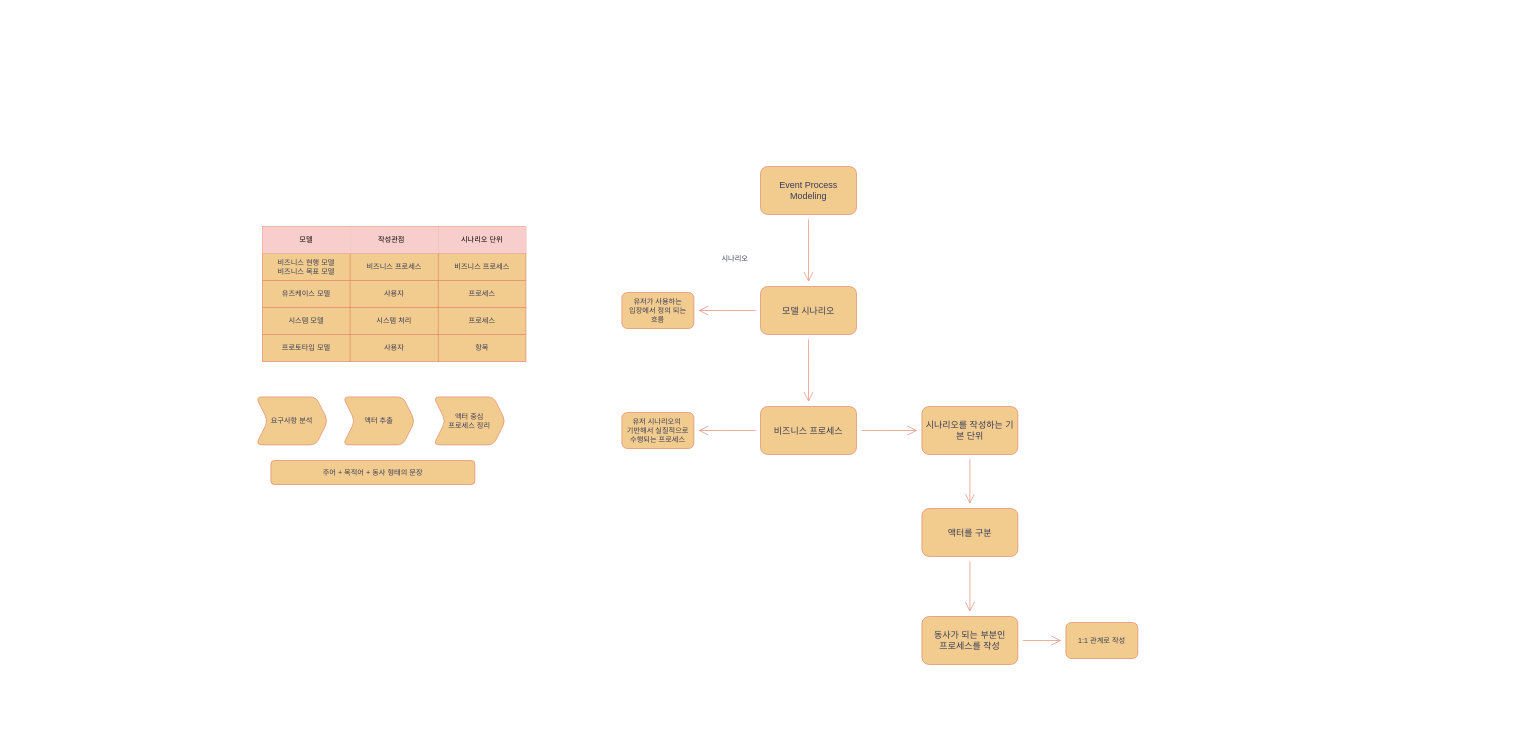
This is event process modeling.drawio from CodingGamePlayer/CodingGamePlayer, a draw.io file, before an edit. Source tidied: cells renumbered, new cells numbered last; positions are measured from the earlier drawing's top-left corner, leaving out a move shared by most shapes. Both pictures are drawn from the tidied source at 60%, with x=0, y=0 at pixel (256, 166).
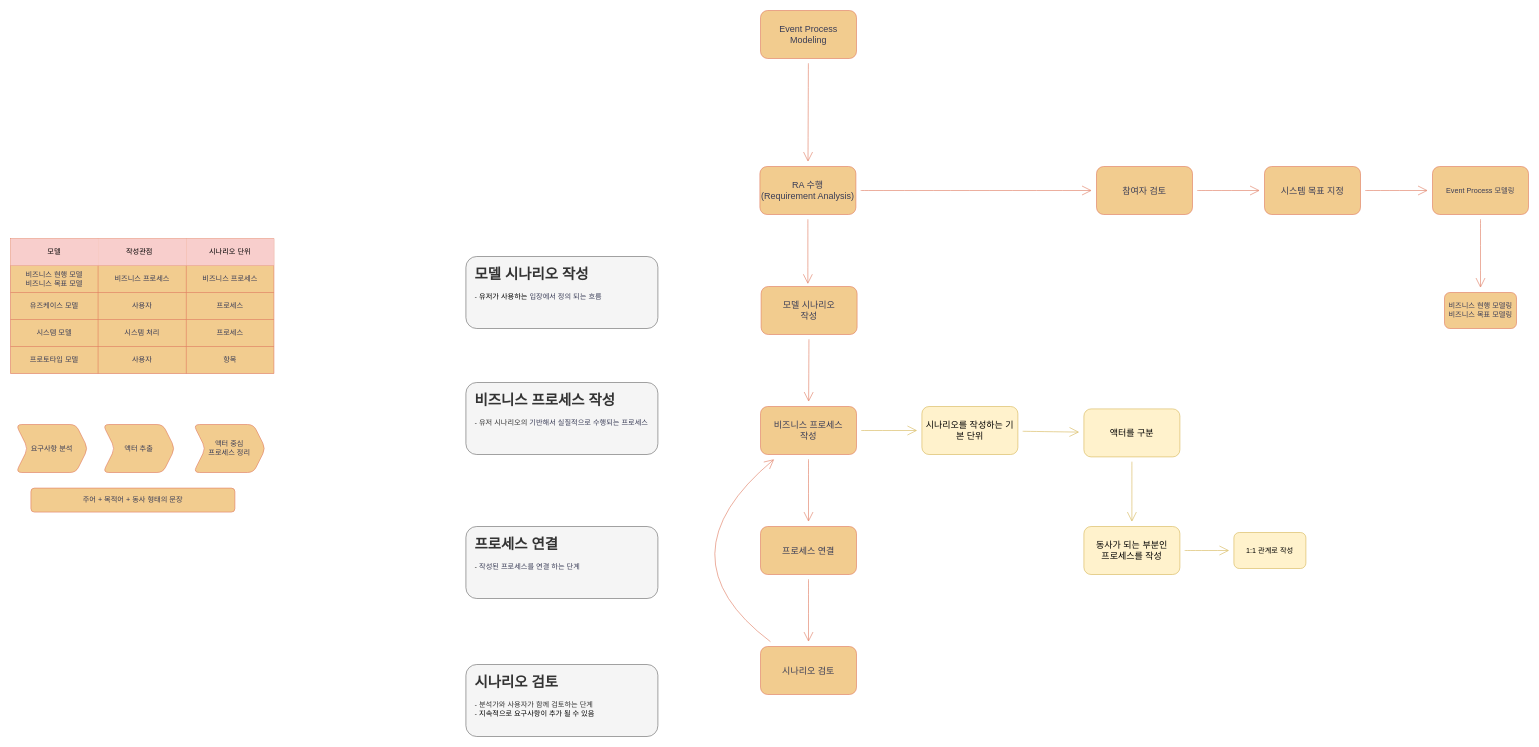
The same page after the edit.

What changed in the source:
```diff
@@
-    <mxCell id="2" style="edgeStyle=none;curved=1;rounded=0;jettySize=auto;html=1;strokeColor=#E07A5F;fontFamily=Helvetica;fontSize=12;fontColor=default;endArrow=open;startSize=14;endSize=14;sourcePerimeterSpacing=8;targetPerimeterSpacing=8;labelBackgroundColor=none;" parent="1" edge="1" source="3" target="6">
-      <mxGeometry relative="1" as="geometry" />
-    </mxCell>
+    <mxCell id="45" style="edgeStyle=none;curved=1;rounded=0;jettySize=auto;html=1;strokeColor=#E07A5F;fontFamily=Helvetica;fontSize=12;fontColor=#333333;endArrow=open;startSize=14;endSize=14;sourcePerimeterSpacing=8;targetPerimeterSpacing=8;fillColor=#F2CC8F;" parent="1" edge="1" source="3" target="56">
+      <mxGeometry relative="1" as="geometry" />
+    </mxCell>
     <mxCell id="3" value="&lt;span style=&quot;font-size: 15px;&quot;&gt;Event Process&lt;br&gt;Modeling&lt;br&gt;&lt;/span&gt;" style="rounded=1;whiteSpace=wrap;html=1;labelBackgroundColor=none;fillColor=#F2CC8F;strokeColor=#E07A5F;fontColor=#393C56;" parent="1" vertex="1">
-      <mxGeometry x="841" width="160" height="80" as="geometry" />
+      <mxGeometry x="841" y="-260" width="160" height="80" as="geometry" />
     </mxCell>
@@
-    <mxCell id="5" style="edgeStyle=none;curved=1;rounded=0;jettySize=auto;html=1;strokeColor=#E07A5F;fontFamily=Helvetica;fontSize=12;fontColor=#393C56;endArrow=open;startSize=14;endSize=14;sourcePerimeterSpacing=8;targetPerimeterSpacing=8;fillColor=#F2CC8F;" parent="1" edge="1" source="6" target="44">
-      <mxGeometry relative="1" as="geometry" />
-    </mxCell>
-    <mxCell id="6" value="&lt;span style=&quot;font-size: 15px;&quot;&gt;모델 시나리오&lt;br&gt;&lt;/span&gt;" style="rounded=1;whiteSpace=wrap;html=1;labelBackgroundColor=none;fillColor=#F2CC8F;strokeColor=#E07A5F;fontColor=#393C56;" parent="1" vertex="1">
-      <mxGeometry x="841" y="200" width="160" height="80" as="geometry" />
+    <mxCell id="6" value="&lt;span style=&quot;font-size: 15px;&quot;&gt;모델 시나리오&lt;br&gt;작성&lt;br&gt;&lt;/span&gt;" style="rounded=1;whiteSpace=wrap;html=1;labelBackgroundColor=none;fillColor=#F2CC8F;strokeColor=#E07A5F;fontColor=#393C56;" parent="1" vertex="1">
+      <mxGeometry x="842" y="200" width="160" height="80" as="geometry" />
     </mxCell>
-    <mxCell id="7" style="edgeStyle=none;curved=1;rounded=0;jettySize=auto;html=1;strokeColor=#E07A5F;fontFamily=Helvetica;fontSize=12;fontColor=#393C56;endArrow=open;startSize=14;endSize=14;sourcePerimeterSpacing=8;targetPerimeterSpacing=8;fillColor=#F2CC8F;" parent="1" edge="1" source="9" target="33">
+    <mxCell id="7" style="edgeStyle=none;curved=1;rounded=0;jettySize=auto;html=1;strokeColor=#d6b656;fontFamily=Helvetica;fontSize=12;fontColor=#393C56;endArrow=open;startSize=14;endSize=14;sourcePerimeterSpacing=8;targetPerimeterSpacing=8;fillColor=#fff2cc;" parent="1" edge="1" source="9" target="33">
       <mxGeometry relative="1" as="geometry" />
     </mxCell>
-    <mxCell id="8" style="edgeStyle=none;curved=1;rounded=0;jettySize=auto;html=1;strokeColor=#E07A5F;fontFamily=Helvetica;fontSize=12;fontColor=#393C56;endArrow=open;startSize=14;endSize=14;sourcePerimeterSpacing=8;targetPerimeterSpacing=8;fillColor=#F2CC8F;" parent="1" edge="1" source="9" target="43">
-      <mxGeometry relative="1" as="geometry" />
-    </mxCell>
+    <mxCell id="46" style="edgeStyle=none;curved=1;rounded=0;jettySize=auto;html=1;strokeColor=#E07A5F;fontFamily=Helvetica;fontSize=12;fontColor=#393C56;endArrow=open;startSize=14;endSize=14;sourcePerimeterSpacing=8;targetPerimeterSpacing=8;fillColor=#F2CC8F;" parent="1" edge="1" source="9" target="48">
+      <mxGeometry relative="1" as="geometry" />
+    </mxCell>
-    <mxCell id="9" value="&lt;font style=&quot;font-size: 15px;&quot;&gt;비즈니스 프로세스&lt;/font&gt;" style="rounded=1;whiteSpace=wrap;html=1;labelBackgroundColor=none;fillColor=#F2CC8F;strokeColor=#E07A5F;fontColor=#393C56;" parent="1" vertex="1">
+    <mxCell id="9" value="&lt;font style=&quot;font-size: 15px;&quot;&gt;비즈니스 프로세스&lt;br&gt;작성&lt;br&gt;&lt;/font&gt;" style="rounded=1;whiteSpace=wrap;html=1;labelBackgroundColor=none;fillColor=#F2CC8F;strokeColor=#E07A5F;fontColor=#393C56;" parent="1" vertex="1">
       <mxGeometry x="841" y="400" width="160" height="80" as="geometry" />
     </mxCell>
-    <mxCell id="10" value="시나리오" style="text;html=1;align=center;verticalAlign=middle;strokeColor=none;fillColor=none;fontSize=12;fontFamily=Helvetica;fontColor=#393C56;" parent="1" vertex="1">
-      <mxGeometry x="765" y="141" width="66" height="26" as="geometry" />
-    </mxCell>
     <mxCell id="11" style="shape=table;startSize=0;childLayout=tableLayout;rounded=1;labelBackgroundColor=none;strokeColor=#E07A5F;align=center;verticalAlign=middle;fontFamily=Helvetica;fontSize=12;fontColor=#393C56;fillColor=#F2CC8F;html=1;" parent="1" vertex="1">
-      <mxGeometry x="11" y="100" width="439" height="225" as="geometry" />
+      <mxGeometry x="-409" y="120" width="439" height="225" as="geometry" />
     </mxCell>
@@
-    <mxCell id="32" style="edgeStyle=none;curved=1;rounded=0;jettySize=auto;html=1;strokeColor=#E07A5F;fontFamily=Helvetica;fontSize=12;fontColor=#393C56;endArrow=open;startSize=14;endSize=14;sourcePerimeterSpacing=8;targetPerimeterSpacing=8;fillColor=#F2CC8F;" parent="1" edge="1" source="33" target="39">
+    <mxCell id="32" style="edgeStyle=none;curved=1;rounded=0;jettySize=auto;html=1;strokeColor=#d6b656;fontFamily=Helvetica;fontSize=12;fontColor=#393C56;endArrow=open;startSize=14;endSize=14;sourcePerimeterSpacing=8;targetPerimeterSpacing=8;fillColor=#fff2cc;" parent="1" edge="1" source="33" target="39">
       <mxGeometry relative="1" as="geometry" />
     </mxCell>
-    <mxCell id="33" value="&lt;font style=&quot;font-size: 15px;&quot;&gt;시나리오를 작성하는 기본 단위&lt;/font&gt;" style="rounded=1;whiteSpace=wrap;html=1;labelBackgroundColor=none;fillColor=#F2CC8F;strokeColor=#E07A5F;fontColor=#393C56;" parent="1" vertex="1">
+    <mxCell id="33" value="&lt;font style=&quot;font-size: 15px;&quot;&gt;시나리오를 작성하는 기본 단위&lt;/font&gt;" style="rounded=1;whiteSpace=wrap;html=1;labelBackgroundColor=none;fillColor=#fff2cc;strokeColor=#d6b656;" parent="1" vertex="1">
       <mxGeometry x="1110" y="400" width="160" height="80" as="geometry" />
     </mxCell>
     <mxCell id="34" value="요구사항 분석" style="shape=step;perimeter=stepPerimeter;whiteSpace=wrap;html=1;fixedSize=1;rounded=1;labelBackgroundColor=none;strokeColor=#E07A5F;align=center;verticalAlign=middle;fontFamily=Helvetica;fontSize=12;fontColor=#393C56;fillColor=#F2CC8F;" parent="1" vertex="1">
-      <mxGeometry y="384" width="120" height="80" as="geometry" />
+      <mxGeometry x="-400" y="430" width="120" height="80" as="geometry" />
     </mxCell>
     <mxCell id="35" value="액터 추출" style="shape=step;perimeter=stepPerimeter;whiteSpace=wrap;html=1;fixedSize=1;rounded=1;labelBackgroundColor=none;strokeColor=#E07A5F;align=center;verticalAlign=middle;fontFamily=Helvetica;fontSize=12;fontColor=#393C56;fillColor=#F2CC8F;" parent="1" vertex="1">
-      <mxGeometry x="145" y="384" width="120" height="80" as="geometry" />
+      <mxGeometry x="-255" y="430" width="120" height="80" as="geometry" />
     </mxCell>
     <mxCell id="36" value="액터 중심&lt;br&gt;프로세스 정리" style="shape=step;perimeter=stepPerimeter;whiteSpace=wrap;html=1;fixedSize=1;rounded=1;labelBackgroundColor=none;strokeColor=#E07A5F;align=center;verticalAlign=middle;fontFamily=Helvetica;fontSize=12;fontColor=#393C56;fillColor=#F2CC8F;" parent="1" vertex="1">
-      <mxGeometry x="296" y="384" width="120" height="80" as="geometry" />
+      <mxGeometry x="-104" y="430" width="120" height="80" as="geometry" />
     </mxCell>
     <mxCell id="37" value="주어 + 목적어 + 동사 형태의 문장" style="whiteSpace=wrap;html=1;rounded=1;labelBackgroundColor=none;strokeColor=#E07A5F;align=center;verticalAlign=middle;fontFamily=Helvetica;fontSize=12;fontColor=#393C56;fillColor=#F2CC8F;" parent="1" vertex="1">
-      <mxGeometry x="25" y="490" width="340" height="40" as="geometry" />
+      <mxGeometry x="-375" y="536" width="340" height="40" as="geometry" />
     </mxCell>
-    <mxCell id="38" style="edgeStyle=none;curved=1;rounded=0;jettySize=auto;html=1;strokeColor=#E07A5F;fontFamily=Helvetica;fontSize=12;fontColor=#393C56;endArrow=open;startSize=14;endSize=14;sourcePerimeterSpacing=8;targetPerimeterSpacing=8;fillColor=#F2CC8F;" parent="1" edge="1" source="39" target="41">
+    <mxCell id="38" style="edgeStyle=none;curved=1;rounded=0;jettySize=auto;html=1;strokeColor=#d6b656;fontFamily=Helvetica;fontSize=12;fontColor=#393C56;endArrow=open;startSize=14;endSize=14;sourcePerimeterSpacing=8;targetPerimeterSpacing=8;fillColor=#fff2cc;" parent="1" edge="1" source="39" target="41">
       <mxGeometry relative="1" as="geometry" />
     </mxCell>
-    <mxCell id="39" value="&lt;span style=&quot;font-size: 15px;&quot;&gt;액터를 구분&lt;/span&gt;" style="rounded=1;whiteSpace=wrap;html=1;labelBackgroundColor=none;fillColor=#F2CC8F;strokeColor=#E07A5F;fontColor=#393C56;" parent="1" vertex="1">
-      <mxGeometry x="1110" y="570" width="160" height="80" as="geometry" />
+    <mxCell id="39" value="&lt;span style=&quot;font-size: 15px;&quot;&gt;액터를 구분&lt;/span&gt;" style="rounded=1;whiteSpace=wrap;html=1;labelBackgroundColor=none;fillColor=#fff2cc;strokeColor=#d6b656;" parent="1" vertex="1">
+      <mxGeometry x="1380" y="404" width="160" height="80" as="geometry" />
     </mxCell>
-    <mxCell id="40" style="edgeStyle=none;curved=1;rounded=0;jettySize=auto;html=1;strokeColor=#E07A5F;fontFamily=Helvetica;fontSize=12;fontColor=#393C56;endArrow=open;startSize=14;endSize=14;sourcePerimeterSpacing=8;targetPerimeterSpacing=8;fillColor=#F2CC8F;" parent="1" edge="1" source="41" target="42">
+    <mxCell id="40" style="edgeStyle=none;curved=1;rounded=0;jettySize=auto;html=1;strokeColor=#d6b656;fontFamily=Helvetica;fontSize=12;fontColor=#393C56;endArrow=open;startSize=14;endSize=14;sourcePerimeterSpacing=8;targetPerimeterSpacing=8;fillColor=#fff2cc;" parent="1" edge="1" source="41" target="42">
       <mxGeometry relative="1" as="geometry" />
     </mxCell>
-    <mxCell id="41" value="&lt;span style=&quot;font-size: 15px;&quot;&gt;동사가 되는 부분인&lt;br&gt;프로세스를 작성&lt;br&gt;&lt;/span&gt;" style="rounded=1;whiteSpace=wrap;html=1;labelBackgroundColor=none;fillColor=#F2CC8F;strokeColor=#E07A5F;fontColor=#393C56;" parent="1" vertex="1">
-      <mxGeometry x="1110" y="750" width="160" height="80" as="geometry" />
+    <mxCell id="41" value="&lt;span style=&quot;font-size: 15px;&quot;&gt;동사가 되는 부분인&lt;br&gt;프로세스를 작성&lt;br&gt;&lt;/span&gt;" style="rounded=1;whiteSpace=wrap;html=1;labelBackgroundColor=none;fillColor=#fff2cc;strokeColor=#d6b656;" parent="1" vertex="1">
+      <mxGeometry x="1380" y="600" width="160" height="80" as="geometry" />
     </mxCell>
-    <mxCell id="42" value="1:1 관계로 작성" style="whiteSpace=wrap;html=1;fillColor=#F2CC8F;strokeColor=#E07A5F;fontColor=#393C56;rounded=1;labelBackgroundColor=none;" parent="1" vertex="1">
-      <mxGeometry x="1350" y="760" width="120" height="60" as="geometry" />
+    <mxCell id="42" value="1:1 관계로 작성" style="whiteSpace=wrap;html=1;fillColor=#fff2cc;strokeColor=#d6b656;rounded=1;labelBackgroundColor=none;" parent="1" vertex="1">
+      <mxGeometry x="1630" y="610" width="120" height="60" as="geometry" />
     </mxCell>
-    <mxCell id="43" value="&lt;font style=&quot;font-size: 12px;&quot;&gt;유저 시나리오의&amp;nbsp;&lt;br style=&quot;border-color: var(--border-color);&quot;&gt;기반해서 실질적으로&lt;br style=&quot;border-color: var(--border-color);&quot;&gt;수행되는 프로세스&lt;/font&gt;" style="whiteSpace=wrap;html=1;fillColor=#F2CC8F;strokeColor=#E07A5F;fontColor=#393C56;rounded=1;labelBackgroundColor=none;" parent="1" vertex="1">
-      <mxGeometry x="610" y="410" width="120" height="60" as="geometry" />
-    </mxCell>
-    <mxCell id="44" value="&lt;font style=&quot;font-size: 12px;&quot;&gt;&lt;span style=&quot;color: rgb(57, 60, 86); font-family: Helvetica; font-style: normal; font-variant-ligatures: normal; font-variant-caps: normal; font-weight: 400; letter-spacing: normal; orphans: 2; text-align: center; text-indent: 0px; text-transform: none; widows: 2; word-spacing: 0px; -webkit-text-stroke-width: 0px; text-decoration-thickness: initial; text-decoration-style: initial; text-decoration-color: initial; float: none; display: inline !important;&quot;&gt;유저가 사용하는&lt;/span&gt;&lt;br style=&quot;border-color: var(--border-color); color: rgb(57, 60, 86); font-family: Helvetica; font-style: normal; font-variant-ligatures: normal; font-variant-caps: normal; font-weight: 400; letter-spacing: normal; orphans: 2; text-align: center; text-indent: 0px; text-transform: none; widows: 2; word-spacing: 0px; -webkit-text-stroke-width: 0px; text-decoration-thickness: initial; text-decoration-style: initial; text-decoration-color: initial;&quot;&gt;&lt;span style=&quot;color: rgb(57, 60, 86); font-family: Helvetica; font-style: normal; font-variant-ligatures: normal; font-variant-caps: normal; font-weight: 400; letter-spacing: normal; orphans: 2; text-align: center; text-indent: 0px; text-transform: none; widows: 2; word-spacing: 0px; -webkit-text-stroke-width: 0px; text-decoration-thickness: initial; text-decoration-style: initial; text-decoration-color: initial; float: none; display: inline !important;&quot;&gt;입장에서 정의 되는&lt;/span&gt;&lt;br style=&quot;border-color: var(--border-color); color: rgb(57, 60, 86); font-family: Helvetica; font-style: normal; font-variant-ligatures: normal; font-variant-caps: normal; font-weight: 400; letter-spacing: normal; orphans: 2; text-align: center; text-indent: 0px; text-transform: none; widows: 2; word-spacing: 0px; -webkit-text-stroke-width: 0px; text-decoration-thickness: initial; text-decoration-style: initial; text-decoration-color: initial;&quot;&gt;&lt;span style=&quot;color: rgb(57, 60, 86); font-family: Helvetica; font-style: normal; font-variant-ligatures: normal; font-variant-caps: normal; font-weight: 400; letter-spacing: normal; orphans: 2; text-align: center; text-indent: 0px; text-transform: none; widows: 2; word-spacing: 0px; -webkit-text-stroke-width: 0px; text-decoration-thickness: initial; text-decoration-style: initial; text-decoration-color: initial; float: none; display: inline !important;&quot;&gt;흐름&lt;/span&gt;&lt;br&gt;&lt;/font&gt;" style="whiteSpace=wrap;html=1;fillColor=#F2CC8F;strokeColor=#E07A5F;fontColor=#393C56;rounded=1;labelBackgroundColor=none;" parent="1" vertex="1">
-      <mxGeometry x="610" y="210" width="120" height="60" as="geometry" />
-    </mxCell>
+    <mxCell id="47" style="edgeStyle=none;curved=1;rounded=0;jettySize=auto;html=1;strokeColor=#E07A5F;fontFamily=Helvetica;fontSize=12;fontColor=#393C56;endArrow=open;startSize=14;endSize=14;sourcePerimeterSpacing=8;targetPerimeterSpacing=8;fillColor=#F2CC8F;" parent="1" edge="1" source="48" target="50">
+      <mxGeometry relative="1" as="geometry" />
+    </mxCell>
+    <mxCell id="48" value="&lt;font style=&quot;font-size: 15px;&quot;&gt;프로세스 연결&lt;/font&gt;" style="rounded=1;whiteSpace=wrap;html=1;labelBackgroundColor=none;fillColor=#F2CC8F;strokeColor=#E07A5F;fontColor=#393C56;" parent="1" vertex="1">
+      <mxGeometry x="841" y="600" width="160" height="80" as="geometry" />
+    </mxCell>
+    <mxCell id="49" style="edgeStyle=none;curved=1;rounded=0;jettySize=auto;html=1;strokeColor=#E07A5F;fontFamily=Helvetica;fontSize=12;fontColor=#393C56;endArrow=open;startSize=14;endSize=14;sourcePerimeterSpacing=8;targetPerimeterSpacing=8;fillColor=#F2CC8F;" parent="1" edge="1" source="50" target="9">
+      <mxGeometry relative="1" as="geometry">
+        <Array as="points">
+          <mxPoint x="670" y="650" />
+        </Array>
+      </mxGeometry>
+    </mxCell>
+    <mxCell id="50" value="&lt;span style=&quot;font-size: 15px;&quot;&gt;시나리오 검토&lt;/span&gt;" style="rounded=1;whiteSpace=wrap;html=1;labelBackgroundColor=none;fillColor=#F2CC8F;strokeColor=#E07A5F;fontColor=#393C56;" parent="1" vertex="1">
+      <mxGeometry x="841" y="800" width="160" height="80" as="geometry" />
+    </mxCell>
+    <mxCell id="51" value="&lt;h1&gt;시나리오 검토&lt;/h1&gt;- 분석가와 사용자가 함께 검토하는 단계&lt;br&gt;-&amp;nbsp;&lt;span style=&quot;color: rgb(0, 0, 0); font-family: Tahoma; text-align: center;&quot;&gt;지속적으로 요구사항이 추가 될 수 있음&lt;/span&gt;&lt;span style=&quot;background-color: initial;&quot;&gt;&lt;br&gt;&lt;/span&gt;" style="text;html=1;spacing=15;spacingTop=-20;whiteSpace=wrap;overflow=hidden;rounded=1;fontSize=12;fontFamily=Helvetica;verticalAlign=top;fillColor=#f5f5f5;fontColor=#333333;strokeColor=#666666;" parent="1" vertex="1">
+      <mxGeometry x="350" y="830" width="320" height="120" as="geometry" />
+    </mxCell>
+    <mxCell id="52" value="&lt;h1&gt;프로세스 연결&lt;/h1&gt;-&amp;nbsp;&lt;span style=&quot;border-color: var(--border-color); text-align: center; color: rgb(57, 60, 86);&quot;&gt;작성된 프로세스를&amp;nbsp;&lt;/span&gt;&lt;span style=&quot;border-color: var(--border-color); text-align: center; color: rgb(57, 60, 86);&quot;&gt;연결 하는 단계&lt;/span&gt;&lt;span style=&quot;background-color: initial;&quot;&gt;&lt;br&gt;&lt;/span&gt;" style="text;html=1;spacing=15;spacingTop=-20;whiteSpace=wrap;overflow=hidden;rounded=1;fontSize=12;fontFamily=Helvetica;verticalAlign=top;fillColor=#f5f5f5;fontColor=#333333;strokeColor=#666666;" parent="1" vertex="1">
+      <mxGeometry x="350" y="600" width="320" height="120" as="geometry" />
+    </mxCell>
+    <mxCell id="53" value="&lt;h1&gt;비즈니스 프로세스 작성&lt;/h1&gt;-&amp;nbsp;유저 시나리오의&amp;nbsp;&lt;span style=&quot;border-color: var(--border-color); text-align: center; color: rgb(57, 60, 86);&quot;&gt;기반해서 실질적으로&amp;nbsp;&lt;/span&gt;&lt;span style=&quot;border-color: var(--border-color); text-align: center; color: rgb(57, 60, 86);&quot;&gt;수행되는 프로세스&lt;/span&gt;&lt;span style=&quot;background-color: initial;&quot;&gt;&lt;br&gt;&lt;/span&gt;" style="text;html=1;spacing=15;spacingTop=-20;whiteSpace=wrap;overflow=hidden;rounded=1;fontSize=12;fontFamily=Helvetica;verticalAlign=top;fillColor=#f5f5f5;fontColor=#333333;strokeColor=#666666;" parent="1" vertex="1">
+      <mxGeometry x="350" y="360" width="320" height="120" as="geometry" />
+    </mxCell>
+    <mxCell id="54" value="&lt;h1&gt;모델 시나리오 작성&lt;/h1&gt;-&amp;nbsp;&lt;span style=&quot;color: rgb(0, 0, 0); text-align: center;&quot;&gt;유저가 사용하는&amp;nbsp;&lt;/span&gt;&lt;span style=&quot;border-color: var(--border-color); text-align: center; color: rgb(57, 60, 86);&quot;&gt;입장에서 정의 되는&amp;nbsp;&lt;/span&gt;&lt;span style=&quot;border-color: var(--border-color); text-align: center; color: rgb(57, 60, 86);&quot;&gt;흐름&lt;/span&gt;&lt;span style=&quot;background-color: initial;&quot;&gt;&lt;br&gt;&lt;/span&gt;" style="text;html=1;spacing=15;spacingTop=-20;whiteSpace=wrap;overflow=hidden;rounded=1;fontSize=12;fontFamily=Helvetica;verticalAlign=top;fillColor=#f5f5f5;fontColor=#333333;strokeColor=#666666;" parent="1" vertex="1">
+      <mxGeometry x="350" y="150" width="320" height="120" as="geometry" />
+    </mxCell>
+    <mxCell id="55" style="edgeStyle=none;curved=1;rounded=0;jettySize=auto;html=1;strokeColor=#E07A5F;fontFamily=Helvetica;fontSize=12;fontColor=#333333;endArrow=open;startSize=14;endSize=14;sourcePerimeterSpacing=8;targetPerimeterSpacing=8;fillColor=#F2CC8F;" parent="1" edge="1" source="56" target="58">
+      <mxGeometry relative="1" as="geometry" />
+    </mxCell>
+    <mxCell id="56" value="&lt;span style=&quot;font-size: 15px;&quot;&gt;RA 수행&lt;br&gt;(Requirement Analysis)&lt;br&gt;&lt;/span&gt;" style="rounded=1;whiteSpace=wrap;html=1;labelBackgroundColor=none;fillColor=#F2CC8F;strokeColor=#E07A5F;fontColor=#393C56;" parent="1" vertex="1">
+      <mxGeometry x="840" width="160" height="80" as="geometry" />
+    </mxCell>
+    <mxCell id="57" style="edgeStyle=none;curved=1;rounded=0;jettySize=auto;html=1;strokeColor=#E07A5F;fontFamily=Helvetica;fontSize=12;fontColor=#333333;endArrow=open;startSize=14;endSize=14;sourcePerimeterSpacing=8;targetPerimeterSpacing=8;fillColor=#F2CC8F;" parent="1" edge="1" source="58" target="60">
+      <mxGeometry relative="1" as="geometry" />
+    </mxCell>
+    <mxCell id="58" value="&lt;span style=&quot;font-size: 15px;&quot;&gt;참여자 검토&lt;br&gt;&lt;/span&gt;" style="rounded=1;whiteSpace=wrap;html=1;labelBackgroundColor=none;fillColor=#F2CC8F;strokeColor=#E07A5F;fontColor=#393C56;" parent="1" vertex="1">
+      <mxGeometry x="1401" width="160" height="80" as="geometry" />
+    </mxCell>
+    <mxCell id="59" style="edgeStyle=none;curved=1;rounded=0;jettySize=auto;html=1;strokeColor=#E07A5F;fontFamily=Helvetica;fontSize=12;fontColor=#333333;endArrow=open;startSize=14;endSize=14;sourcePerimeterSpacing=8;targetPerimeterSpacing=8;fillColor=#F2CC8F;" parent="1" edge="1" source="60" target="62">
+      <mxGeometry relative="1" as="geometry" />
+    </mxCell>
+    <mxCell id="60" value="&lt;span style=&quot;font-size: 15px;&quot;&gt;시스템 목표 지정&lt;br&gt;&lt;/span&gt;" style="rounded=1;whiteSpace=wrap;html=1;labelBackgroundColor=none;fillColor=#F2CC8F;strokeColor=#E07A5F;fontColor=#393C56;" parent="1" vertex="1">
+      <mxGeometry x="1681" width="160" height="80" as="geometry" />
+    </mxCell>
+    <mxCell id="61" style="edgeStyle=none;curved=1;rounded=0;jettySize=auto;html=1;strokeColor=#E07A5F;fontFamily=Helvetica;fontSize=12;fontColor=#333333;endArrow=open;startSize=14;endSize=14;sourcePerimeterSpacing=8;targetPerimeterSpacing=8;fillColor=#F2CC8F;" parent="1" edge="1" source="62" target="63">
+      <mxGeometry relative="1" as="geometry" />
+    </mxCell>
+    <mxCell id="62" value="Event Process 모델링" style="rounded=1;whiteSpace=wrap;html=1;labelBackgroundColor=none;fillColor=#F2CC8F;strokeColor=#E07A5F;fontColor=#393C56;" parent="1" vertex="1">
+      <mxGeometry x="1961" width="160" height="80" as="geometry" />
+    </mxCell>
+    <mxCell id="63" value="비즈니스 현행 모델링&lt;br&gt;비즈니스 목표 모델링" style="whiteSpace=wrap;html=1;fillColor=#F2CC8F;strokeColor=#E07A5F;fontColor=#393C56;rounded=1;labelBackgroundColor=none;" parent="1" vertex="1">
+      <mxGeometry x="1981" y="210" width="120" height="60" as="geometry" />
+    </mxCell>
+    <mxCell id="64" style="edgeStyle=none;curved=1;rounded=0;jettySize=auto;html=1;entryX=0.487;entryY=-0.054;entryDx=0;entryDy=0;entryPerimeter=0;strokeColor=#E07A5F;fontFamily=Helvetica;fontSize=12;fontColor=#333333;endArrow=open;startSize=14;endSize=14;sourcePerimeterSpacing=8;targetPerimeterSpacing=8;fillColor=#F2CC8F;" parent="1" edge="1" source="56" target="6">
+      <mxGeometry relative="1" as="geometry" />
+    </mxCell>
```
